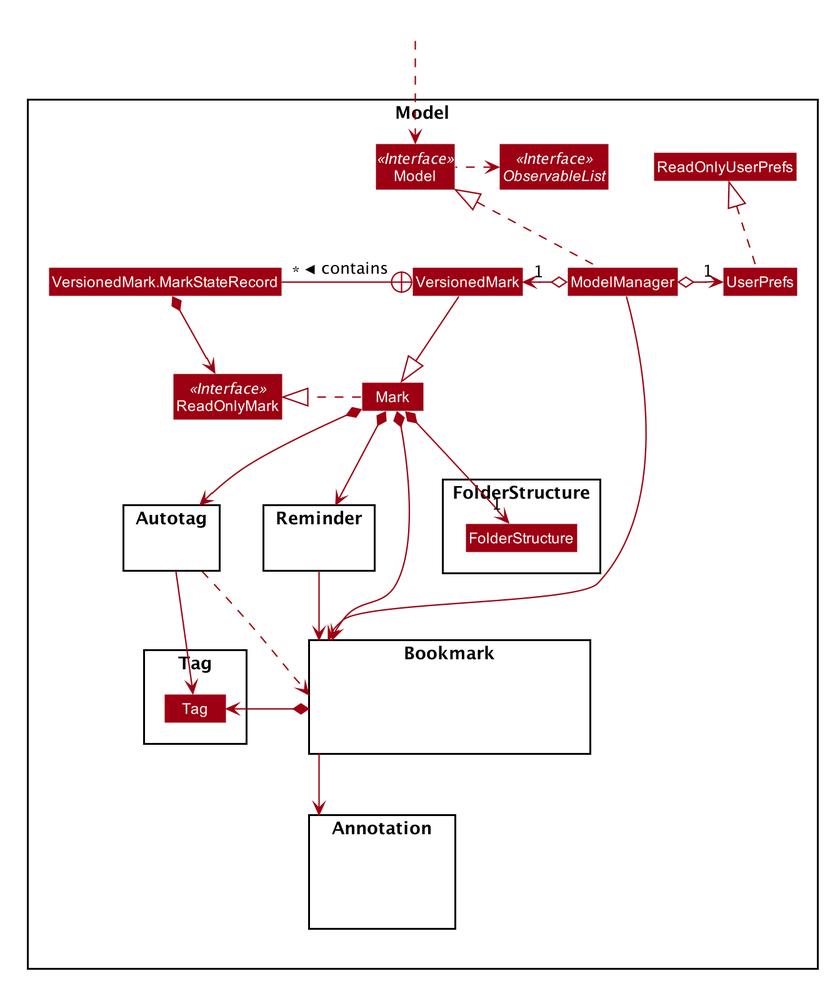
Before: docs/images/ModelClassDiagram.png, a diagram exported from PlantUML (nus-cs2103-AY1920S1/addressbook-level3).
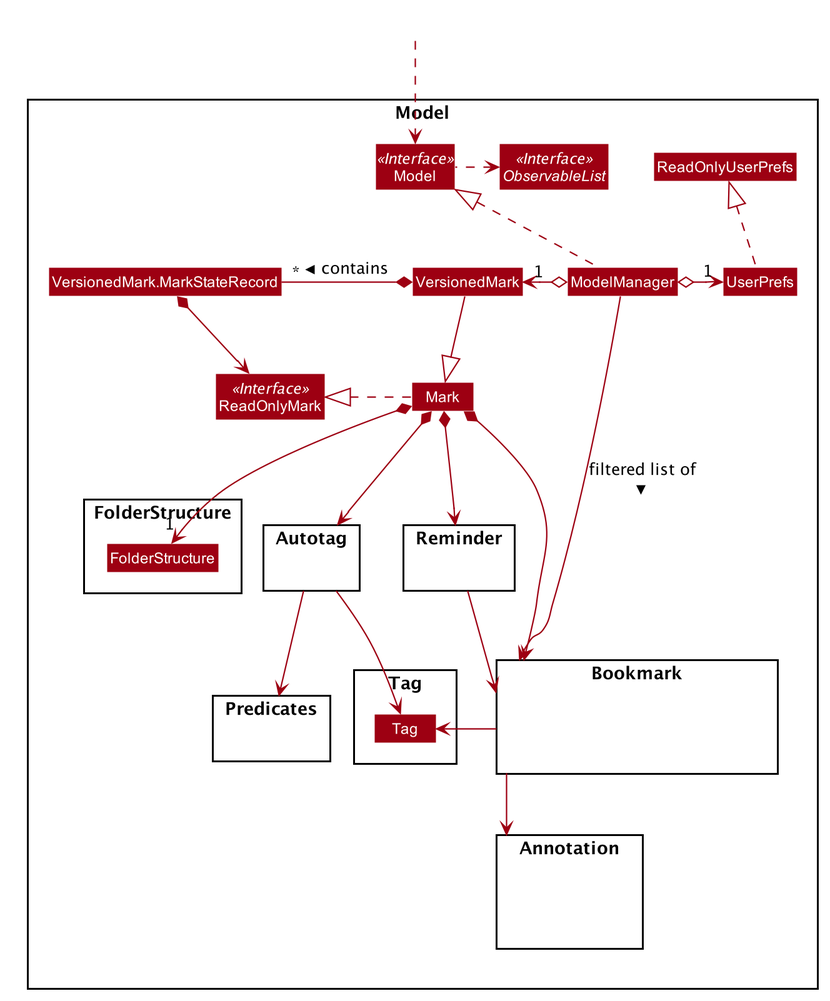
The same diagram one commit later.

Commit message:
Update: Model section of DG

Diff of the diagram source:
```diff
@@ -83,6 +83,9 @@
 Class A #FFFFFF
 }
 
+Package Predicates {
+}
+
 Package Tag {
 Class Tag
 }
@@ -95,13 +98,13 @@
 Model .left.> ObservableList
 ModelManager o-left-> "1" VersionedMark
 ModelManager o-right-> "1" UserPrefs
-ModelManager -down-> Bookmark
+ModelManager -down--> Bookmark : filtered list of >
 
 UserPrefs .up.|> ReadOnlyUserPrefs
 
 Mark .right.|> ReadOnlyMark
 VersionedMark -down-|> Mark
-VersionedMark +-left "*" VersionedMark.MarkStateRecord : contains >
+VersionedMark *-left "*" VersionedMark.MarkStateRecord : contains >
 VersionedMark.MarkStateRecord *-down> ReadOnlyMark
 
 Mark *--> Bookmark
@@ -112,7 +115,7 @@
 FolderStructure -[hidden]left-> Autotag
 Autotag -[hidden]left-> Reminder
 
-Bookmark *-left-> Tag
+Bookmark -left-> Tag
 Bookmark --> Annotation
 
 HiddenB1 -[hidden]right-> HiddenB2
@@ -120,6 +123,6 @@
 Reminder -right-> Bookmark
 
 Autotag --> Tag
-Autotag ..> Bookmark
+Autotag -down-> Predicates
 
 @enduml
```
